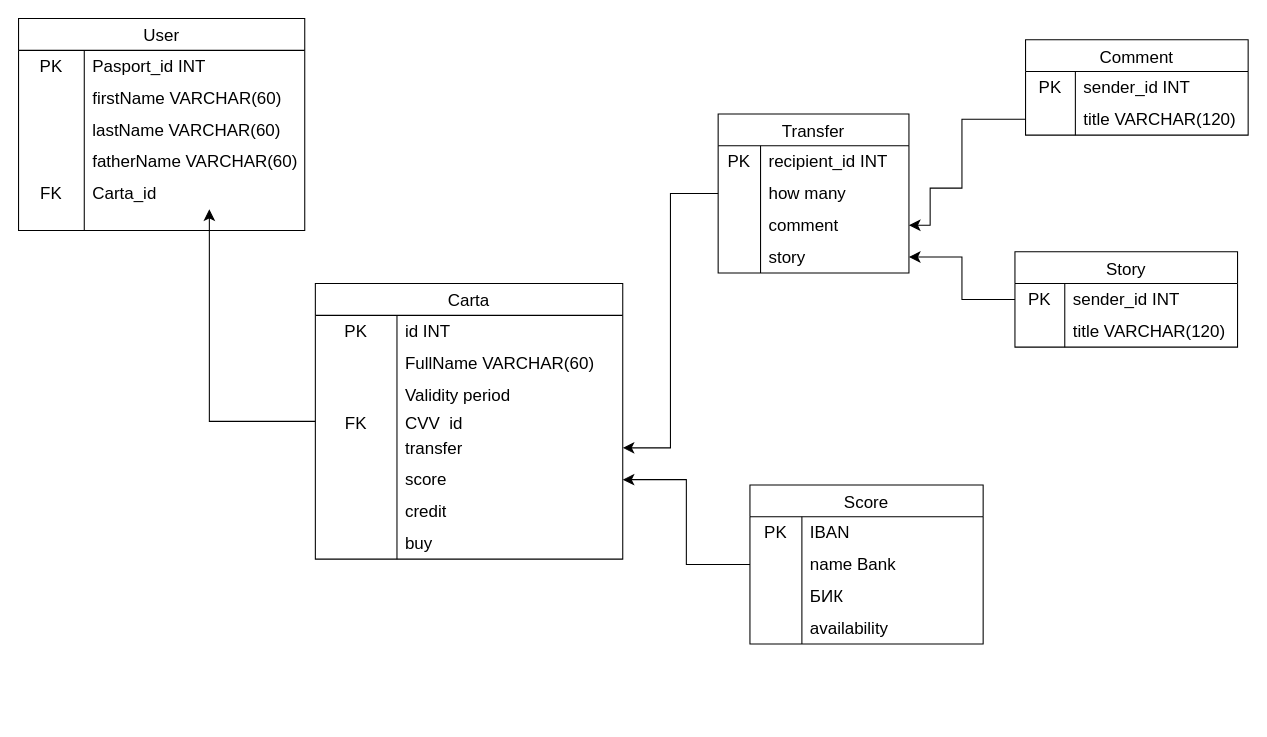
This is СР-2/Bank.drawio from Arsen791/Backend, a draw.io file, before an edit. Source tidied: cells renumbered, new cells numbered last; positions are measured from the earlier drawing's top-left corner, leaving out a move shared by most shapes. Both pictures are drawn from the tidied source at 106%, with x=0, y=0 at pixel (18, 18).
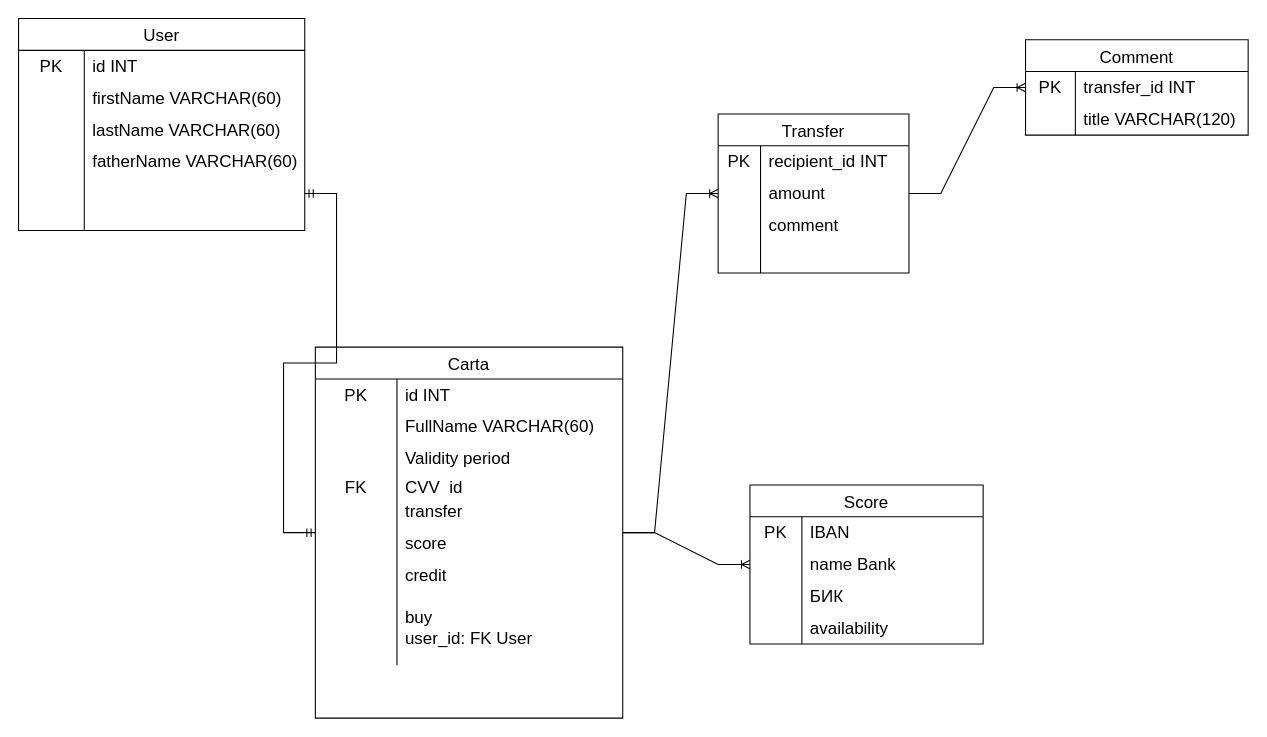
After the change.

The change refers to these unchanged cells:
```xml
<mxCell id="3" style="shape=tableRow;horizontal=0;startSize=0;swimlaneHead=0;swimlaneBody=0;top=0;left=0;bottom=0;right=0;fillColor=none;strokeColor=inherit;fontSize=16;" parent="2" vertex="1">
  <mxGeometry y="30" width="270" height="30" as="geometry" />
</mxCell>
<mxCell id="15" style="shape=tableRow;horizontal=0;startSize=0;swimlaneHead=0;swimlaneBody=0;top=0;left=0;bottom=0;right=0;fillColor=none;points=[[0,0.5],[1,0.5]];portConstraint=eastwest;strokeColor=inherit;fontSize=16;" parent="2" vertex="1">
  <mxGeometry y="150" width="270" height="30" as="geometry" />
</mxCell>
<mxCell id="34" style="shape=tableRow;horizontal=0;startSize=0;swimlaneHead=0;swimlaneBody=0;top=0;left=0;bottom=0;right=0;fillColor=none;points=[[0,0.5],[1,0.5]];portConstraint=eastwest;strokeColor=inherit;fontSize=16;" parent="21" vertex="1">
  <mxGeometry y="140" width="290" height="30" as="geometry" />
</mxCell>
<mxCell id="37" style="shape=tableRow;horizontal=0;startSize=0;swimlaneHead=0;swimlaneBody=0;top=0;left=0;bottom=0;right=0;fillColor=none;points=[[0,0.5],[1,0.5]];portConstraint=eastwest;strokeColor=inherit;fontSize=16;" parent="21" vertex="1">
  <mxGeometry y="170" width="290" height="30" as="geometry" />
</mxCell>
<mxCell id="47" value="Score" style="shape=table;startSize=30;childLayout=tableLayout;rowLines=0;fontStyle=0;strokeColor=default;fontSize=16;" parent="1" vertex="1">
  <mxGeometry x="690" y="440" width="220" height="150" as="geometry" />
</mxCell>
<mxCell id="61" value="Transfer" style="shape=table;startSize=30;childLayout=tableLayout;rowLines=0;fontStyle=0;strokeColor=default;fontSize=16;" parent="1" vertex="1">
  <mxGeometry x="660" y="90" width="180" height="150" as="geometry" />
</mxCell>
<mxCell id="65" style="shape=tableRow;horizontal=0;startSize=0;swimlaneHead=0;swimlaneBody=0;top=0;left=0;bottom=0;right=0;fillColor=none;strokeColor=inherit;fontSize=16;" parent="61" vertex="1">
  <mxGeometry y="60" width="180" height="30" as="geometry" />
</mxCell>
<mxCell id="68" style="shape=tableRow;horizontal=0;startSize=0;swimlaneHead=0;swimlaneBody=0;top=0;left=0;bottom=0;right=0;fillColor=none;points=[[0,0.5],[1,0.5]];portConstraint=eastwest;strokeColor=inherit;fontSize=16;" parent="61" vertex="1">
  <mxGeometry y="90" width="180" height="30" as="geometry" />
</mxCell>
<mxCell id="71" style="shape=tableRow;horizontal=0;startSize=0;swimlaneHead=0;swimlaneBody=0;top=0;left=0;bottom=0;right=0;fillColor=none;points=[[0,0.5],[1,0.5]];portConstraint=eastwest;strokeColor=inherit;fontSize=16;" parent="61" vertex="1">
  <mxGeometry y="120" width="180" height="30" as="geometry" />
</mxCell>
<mxCell id="75" value="Comment" style="shape=table;startSize=30;childLayout=tableLayout;rowLines=0;fontStyle=0;strokeColor=default;fontSize=16;" parent="1" vertex="1">
  <mxGeometry x="950" y="20" width="210" height="90" as="geometry" />
</mxCell>
<mxCell id="76" style="shape=tableRow;horizontal=0;startSize=0;swimlaneHead=0;swimlaneBody=0;top=0;left=0;bottom=0;right=0;fillColor=none;strokeColor=inherit;fontSize=16;" parent="75" vertex="1">
  <mxGeometry y="30" width="210" height="30" as="geometry" />
</mxCell>
```

Diff of the diagram source:
```diff
@@
-    <mxCell id="5" value="Pasport_id INT" style="shape=partialRectangle;html=1;whiteSpace=wrap;fillColor=none;top=0;left=0;bottom=0;right=0;align=left;spacingLeft=6;overflow=hidden;strokeColor=inherit;fontSize=16;" parent="3" vertex="1">
+    <mxCell id="5" value="id INT" style="shape=partialRectangle;html=1;whiteSpace=wrap;fillColor=none;top=0;left=0;bottom=0;right=0;align=left;spacingLeft=6;overflow=hidden;strokeColor=inherit;fontSize=16;" parent="3" vertex="1">
       <mxGeometry x="62" width="208" height="30" as="geometry" />
     </mxCell>
@@
-    <mxCell id="16" value="FK" style="shape=partialRectangle;html=1;whiteSpace=wrap;fillColor=none;top=0;left=0;bottom=0;right=0;overflow=hidden;strokeColor=inherit;fontSize=16;" parent="15" vertex="1">
+    <mxCell id="16" style="shape=partialRectangle;html=1;whiteSpace=wrap;fillColor=none;top=0;left=0;bottom=0;right=0;overflow=hidden;strokeColor=inherit;fontSize=16;" parent="15" vertex="1">
       <mxGeometry width="62" height="30" as="geometry" />
     </mxCell>
-    <mxCell id="17" value="Carta_id" style="shape=partialRectangle;html=1;whiteSpace=wrap;fillColor=none;top=0;left=0;bottom=0;right=0;align=left;spacingLeft=6;overflow=hidden;strokeColor=inherit;fontSize=16;" parent="15" vertex="1">
+    <mxCell id="17" style="shape=partialRectangle;html=1;whiteSpace=wrap;fillColor=none;top=0;left=0;bottom=0;right=0;align=left;spacingLeft=6;overflow=hidden;strokeColor=inherit;fontSize=16;" parent="15" vertex="1">
       <mxGeometry x="62" width="208" height="30" as="geometry" />
     </mxCell>
@@
     <mxCell id="21" value="Carta" style="shape=table;startSize=30;childLayout=tableLayout;rowLines=0;fontStyle=0;strokeColor=default;fontSize=16;" parent="1" vertex="1">
-      <mxGeometry x="280" y="250" width="290" height="260" as="geometry" />
+      <mxGeometry x="280" y="310" width="290" height="350" as="geometry" />
     </mxCell>
@@
     <mxCell id="43" style="shape=tableRow;horizontal=0;startSize=0;swimlaneHead=0;swimlaneBody=0;top=0;left=0;bottom=0;right=0;fillColor=none;strokeColor=inherit;fontSize=16;" parent="21" vertex="1">
-      <mxGeometry y="230" width="290" height="30" as="geometry" />
+      <mxGeometry y="230" width="290" height="70" as="geometry" />
     </mxCell>
     <mxCell id="44" style="shape=partialRectangle;html=1;whiteSpace=wrap;fillColor=none;top=0;left=0;bottom=0;right=0;overflow=hidden;strokeColor=inherit;fontSize=16;" parent="43" vertex="1">
-      <mxGeometry width="77" height="30" as="geometry" />
+      <mxGeometry width="77" height="70" as="geometry" />
     </mxCell>
-    <mxCell id="45" value="buy" style="shape=partialRectangle;html=1;whiteSpace=wrap;fillColor=none;top=0;left=0;bottom=0;right=0;align=left;spacingLeft=6;overflow=hidden;strokeColor=inherit;fontSize=16;" parent="43" vertex="1">
-      <mxGeometry x="77" width="213" height="30" as="geometry" />
+    <mxCell id="45" value="buy&lt;br&gt;user_id: FK User" style="shape=partialRectangle;html=1;whiteSpace=wrap;fillColor=none;top=0;left=0;bottom=0;right=0;align=left;spacingLeft=6;overflow=hidden;strokeColor=inherit;fontSize=16;" parent="43" vertex="1">
+      <mxGeometry x="77" width="213" height="70" as="geometry" />
     </mxCell>
-    <mxCell id="46" style="edgeStyle=elbowEdgeStyle;elbow=horizontal;endArrow=classic;html=1;curved=0;rounded=0;endSize=8;startSize=8;fontSize=12;" parent="1" edge="1" source="21" target="15">
-      <mxGeometry relative="1" as="geometry">
-        <Array as="points">
-          <mxPoint x="180" y="245" />
-          <mxPoint x="510" y="290" />
-          <mxPoint x="195" y="130" />
-        </Array>
-      </mxGeometry>
-    </mxCell>
@@
-    <mxCell id="60" style="edgeStyle=elbowEdgeStyle;elbow=horizontal;endArrow=classic;html=1;curved=0;rounded=0;endSize=8;startSize=8;fontSize=12;" parent="1" edge="1" source="47" target="37">
-      <mxGeometry relative="1" as="geometry" />
-    </mxCell>
@@
-    <mxCell id="67" value="how many" style="shape=partialRectangle;html=1;whiteSpace=wrap;fillColor=none;top=0;left=0;bottom=0;right=0;align=left;spacingLeft=6;overflow=hidden;strokeColor=inherit;fontSize=16;" parent="65" vertex="1">
+    <mxCell id="67" value="amount" style="shape=partialRectangle;html=1;whiteSpace=wrap;fillColor=none;top=0;left=0;bottom=0;right=0;align=left;spacingLeft=6;overflow=hidden;strokeColor=inherit;fontSize=16;" parent="65" vertex="1">
       <mxGeometry x="40" width="140" height="30" as="geometry" />
     </mxCell>
@@
-    <mxCell id="73" value="story" style="shape=partialRectangle;html=1;whiteSpace=wrap;fillColor=none;top=0;left=0;bottom=0;right=0;align=left;spacingLeft=6;overflow=hidden;strokeColor=inherit;fontSize=16;" parent="71" vertex="1">
+    <mxCell id="73" style="shape=partialRectangle;html=1;whiteSpace=wrap;fillColor=none;top=0;left=0;bottom=0;right=0;align=left;spacingLeft=6;overflow=hidden;strokeColor=inherit;fontSize=16;" parent="71" vertex="1">
       <mxGeometry x="40" width="140" height="30" as="geometry" />
     </mxCell>
-    <mxCell id="74" style="edgeStyle=elbowEdgeStyle;elbow=horizontal;endArrow=classic;html=1;curved=0;rounded=0;endSize=8;startSize=8;fontSize=12;" parent="1" edge="1" source="61" target="34">
-      <mxGeometry relative="1" as="geometry" />
-    </mxCell>
@@
-    <mxCell id="78" value="sender_id INT" style="shape=partialRectangle;html=1;whiteSpace=wrap;fillColor=none;top=0;left=0;bottom=0;right=0;align=left;spacingLeft=6;overflow=hidden;strokeColor=inherit;fontSize=16;" parent="76" vertex="1">
+    <mxCell id="78" value="transfer_id INT" style="shape=partialRectangle;html=1;whiteSpace=wrap;fillColor=none;top=0;left=0;bottom=0;right=0;align=left;spacingLeft=6;overflow=hidden;strokeColor=inherit;fontSize=16;" parent="76" vertex="1">
       <mxGeometry x="47" width="163" height="30" as="geometry" />
     </mxCell>
@@
-    <mxCell id="82" style="edgeStyle=segmentEdgeStyle;endArrow=classic;html=1;curved=0;rounded=0;endSize=8;startSize=8;fontSize=12;" parent="1" edge="1" source="75" target="68">
-      <mxGeometry relative="1" as="geometry">
-        <Array as="points">
-          <mxPoint x="890" y="95" />
-          <mxPoint x="890" y="160" />
-          <mxPoint x="860" y="160" />
-          <mxPoint x="860" y="195" />
-        </Array>
-      </mxGeometry>
-    </mxCell>
-    <mxCell id="83" value="Story" style="shape=table;startSize=30;childLayout=tableLayout;rowLines=0;fontStyle=0;strokeColor=default;fontSize=16;" parent="1" vertex="1">
-      <mxGeometry x="940" y="220" width="210" height="90" as="geometry" />
-    </mxCell>
-    <mxCell id="84" style="shape=tableRow;horizontal=0;startSize=0;swimlaneHead=0;swimlaneBody=0;top=0;left=0;bottom=0;right=0;fillColor=none;strokeColor=inherit;fontSize=16;" parent="83" vertex="1">
-      <mxGeometry y="30" width="210" height="30" as="geometry" />
-    </mxCell>
-    <mxCell id="85" value="PK" style="shape=partialRectangle;html=1;whiteSpace=wrap;fillColor=none;top=0;left=0;bottom=0;right=0;overflow=hidden;strokeColor=inherit;fontSize=16;" parent="84" vertex="1">
-      <mxGeometry width="47" height="30" as="geometry" />
-    </mxCell>
-    <mxCell id="86" value="sender_id INT" style="shape=partialRectangle;html=1;whiteSpace=wrap;fillColor=none;top=0;left=0;bottom=0;right=0;align=left;spacingLeft=6;overflow=hidden;strokeColor=inherit;fontSize=16;" parent="84" vertex="1">
-      <mxGeometry x="47" width="163" height="30" as="geometry" />
-    </mxCell>
-    <mxCell id="87" style="shape=tableRow;horizontal=0;startSize=0;swimlaneHead=0;swimlaneBody=0;top=0;left=0;bottom=0;right=0;fillColor=none;strokeColor=inherit;fontSize=16;" parent="83" vertex="1">
-      <mxGeometry y="60" width="210" height="30" as="geometry" />
-    </mxCell>
-    <mxCell id="88" style="shape=partialRectangle;html=1;whiteSpace=wrap;fillColor=none;top=0;left=0;bottom=0;right=0;overflow=hidden;strokeColor=inherit;fontSize=16;" parent="87" vertex="1">
-      <mxGeometry width="47" height="30" as="geometry" />
-    </mxCell>
-    <mxCell id="89" value="title VARCHAR(120)" style="shape=partialRectangle;html=1;whiteSpace=wrap;fillColor=none;top=0;left=0;bottom=0;right=0;align=left;spacingLeft=6;overflow=hidden;strokeColor=inherit;fontSize=16;" parent="87" vertex="1">
-      <mxGeometry x="47" width="163" height="30" as="geometry" />
-    </mxCell>
-    <mxCell id="90" style="edgeStyle=elbowEdgeStyle;elbow=horizontal;endArrow=classic;html=1;curved=0;rounded=0;endSize=8;startSize=8;fontSize=12;" parent="1" edge="1" source="83" target="71">
-      <mxGeometry relative="1" as="geometry" />
-    </mxCell>
+    <mxCell id="91" style="edgeStyle=entityRelationEdgeStyle;fontSize=12;html=1;endArrow=ERmandOne;startArrow=ERmandOne;rounded=0;" parent="1" edge="1" source="15" target="21">
+      <mxGeometry relative="1" as="geometry" />
+    </mxCell>
+    <mxCell id="92" style="edgeStyle=entityRelationEdgeStyle;fontSize=12;html=1;endArrow=ERoneToMany;rounded=0;" parent="1" edge="1" source="21" target="61">
+      <mxGeometry relative="1" as="geometry" />
+    </mxCell>
+    <mxCell id="93" style="edgeStyle=entityRelationEdgeStyle;fontSize=12;html=1;endArrow=ERoneToMany;rounded=0;" parent="1" edge="1" source="21" target="47">
+      <mxGeometry relative="1" as="geometry" />
+    </mxCell>
+    <mxCell id="94" style="edgeStyle=entityRelationEdgeStyle;fontSize=12;html=1;endArrow=ERoneToMany;rounded=0;" parent="1" edge="1" source="61" target="75">
+      <mxGeometry relative="1" as="geometry" />
+    </mxCell>
```
